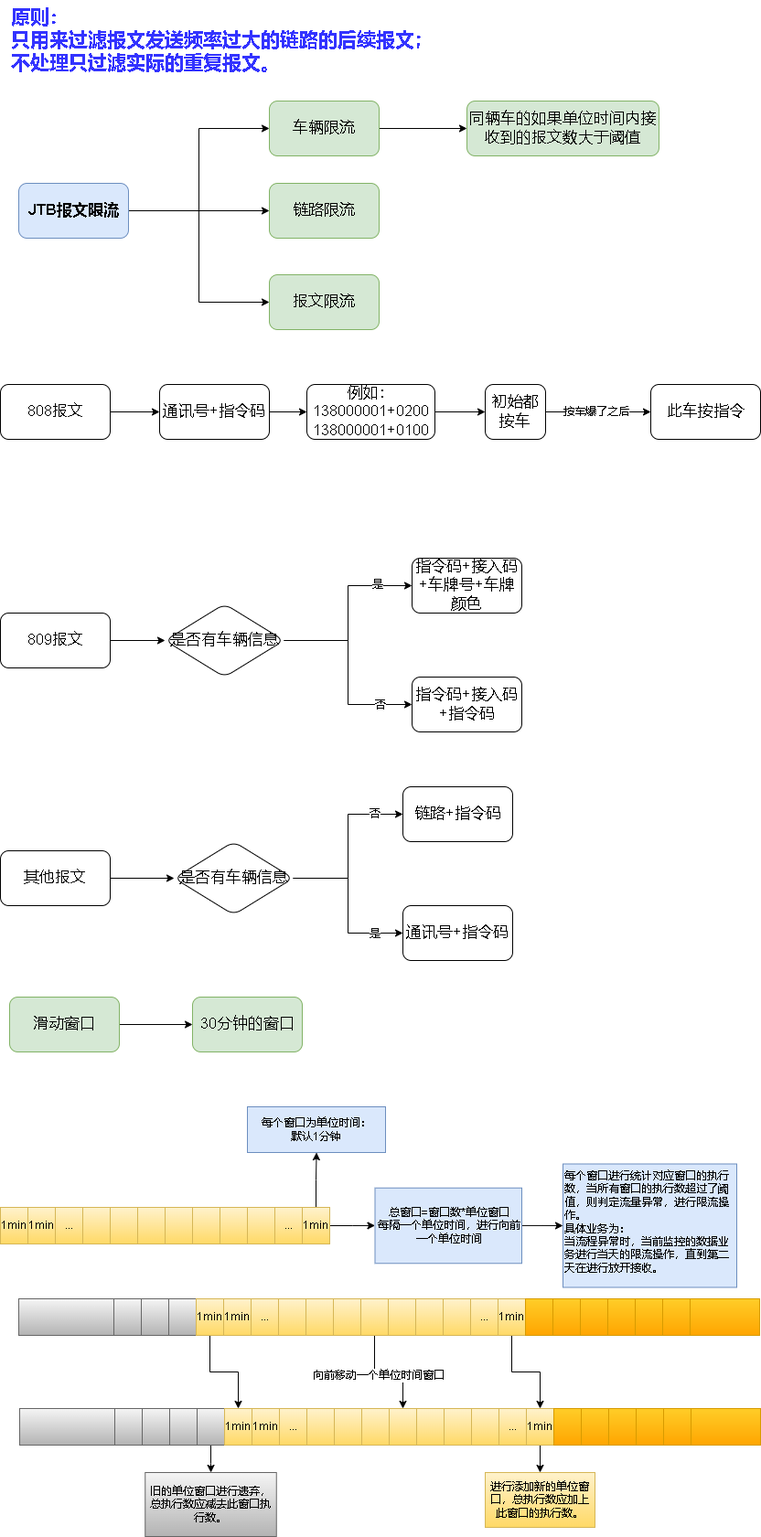
Earlier version of the draw.io export jtb报文限流.drawio.png (xktder/draw). Source tidied: cells renumbered, new cells last; positions are measured from the earlier drawing's top-left corner, leaving out a move shared by most shapes.
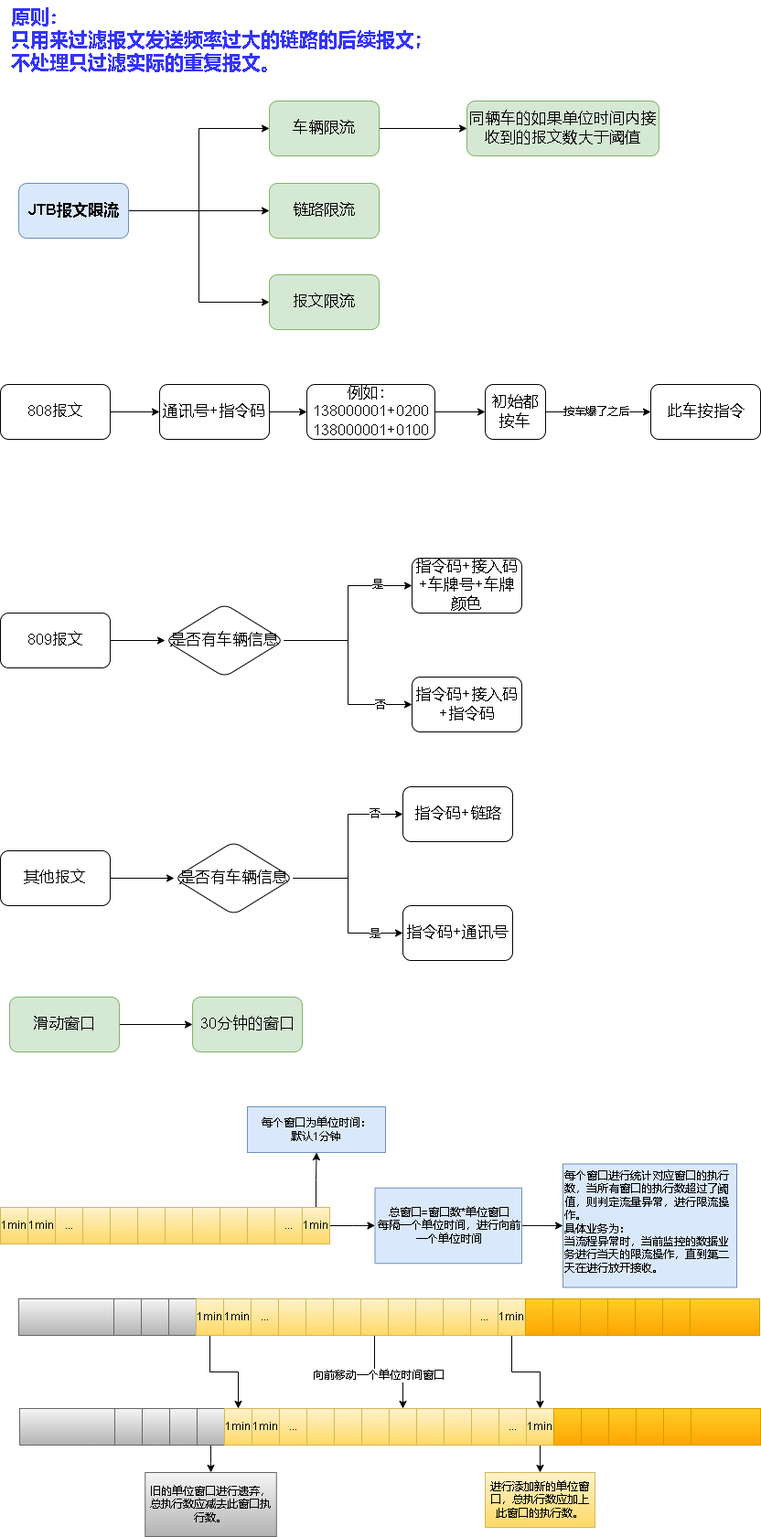
The same diagram one commit later.

Commit message:
更新jtb报文限流.drawio.png

What changed in the source:
```diff
@@ -109,10 +109,10 @@
     <mxCell id="34" value="是否有车辆信息" style="rhombus;whiteSpace=wrap;html=1;fontSize=17;rounded=1;" parent="1" vertex="1">
       <mxGeometry x="190" y="920" width="130" height="80" as="geometry" />
     </mxCell>
-    <mxCell id="35" value="链路+指令码" style="whiteSpace=wrap;html=1;fontSize=17;rounded=1;" parent="1" vertex="1">
+    <mxCell id="35" value="&lt;span style=&quot;&quot;&gt;指令码+链路&lt;/span&gt;" style="whiteSpace=wrap;html=1;fontSize=17;rounded=1;" parent="1" vertex="1">
       <mxGeometry x="440" y="860" width="120" height="60" as="geometry" />
     </mxCell>
-    <mxCell id="36" value="通讯号+指令码" style="whiteSpace=wrap;html=1;fontSize=17;rounded=1;" parent="1" vertex="1">
+    <mxCell id="36" value="指令码+通讯号" style="whiteSpace=wrap;html=1;fontSize=17;rounded=1;" parent="1" vertex="1">
       <mxGeometry x="440" y="990" width="120" height="60" as="geometry" />
     </mxCell>
     <mxCell id="37" style="edgeStyle=orthogonalEdgeStyle;rounded=0;jettySize=auto;html=1;entryX=0;entryY=0.5;entryDx=0;entryDy=0;" parent="1" edge="1" source="38" target="39">
```
